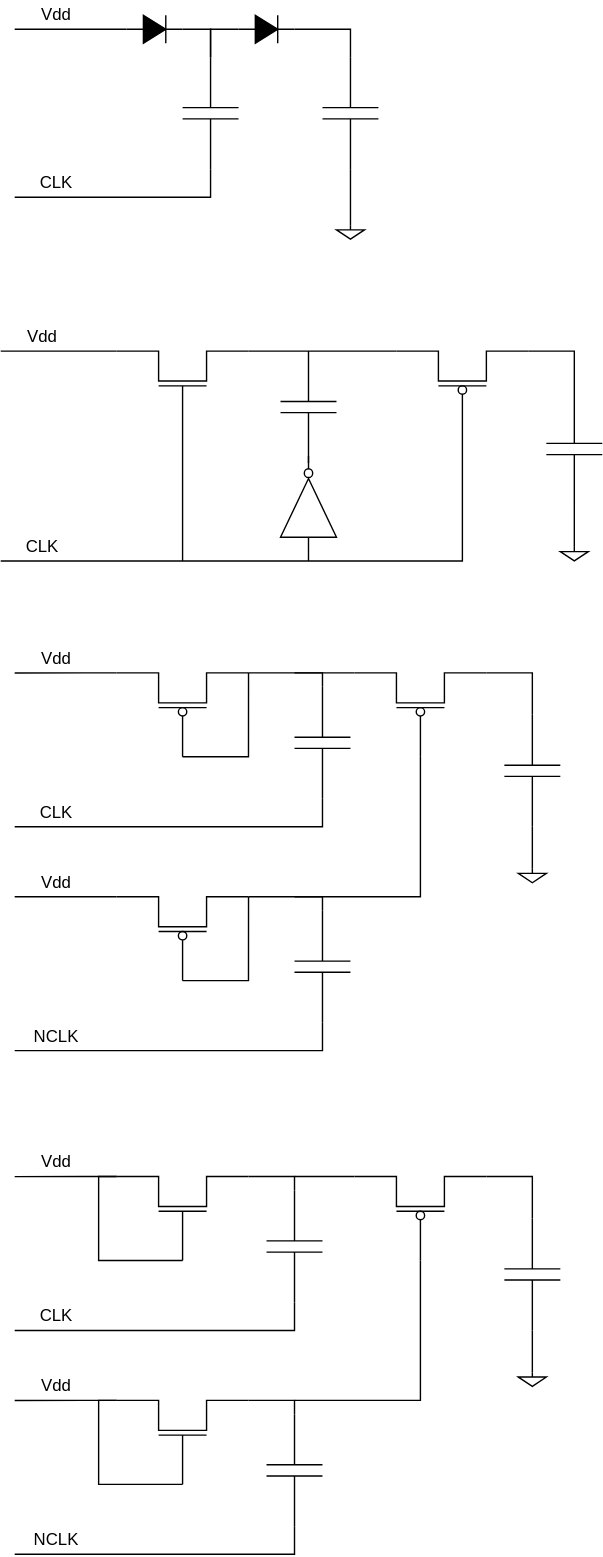
AntonGLi/analog_stuff keeps this draw.io diagram as pump/main.svg. Above is the earlier version. Source tidied: cells renumbered, new cells last; positions are measured from the earlier drawing's top-left corner, leaving out a move shared by most shapes.
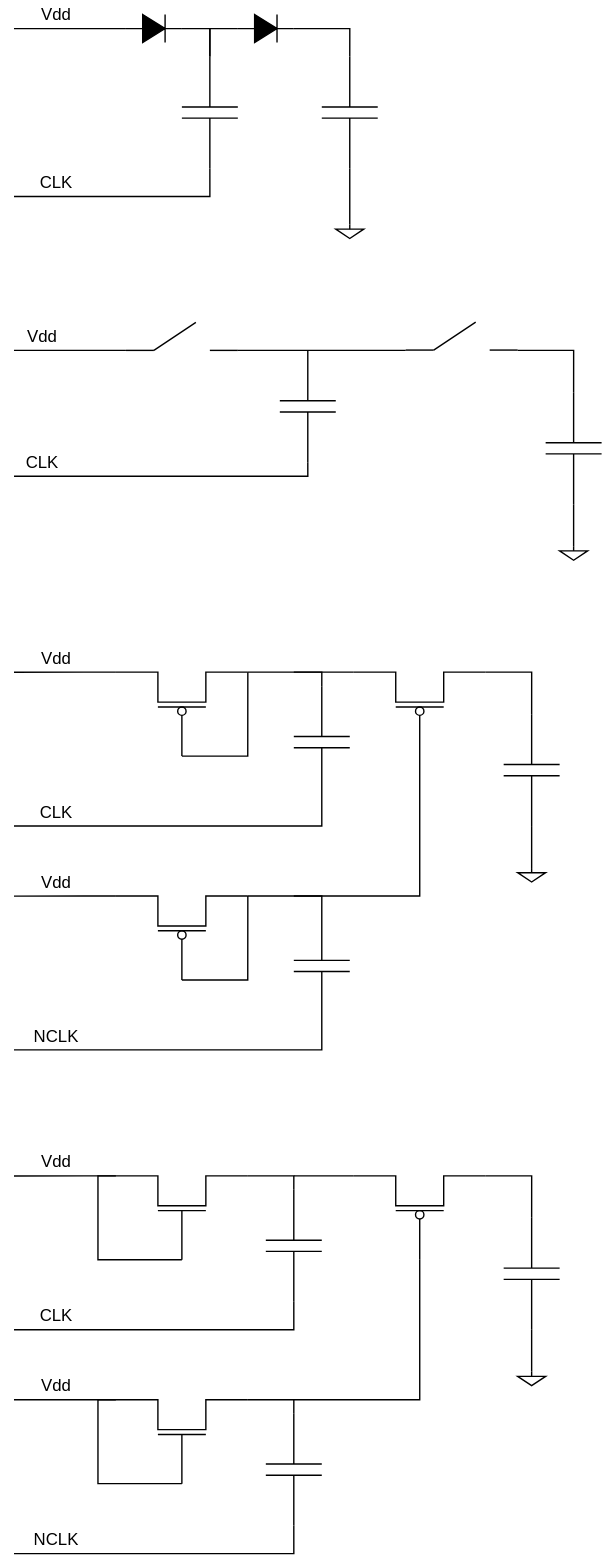
After the commit.

The edit, as a diff of the source:
```diff
@@ -63,7 +63,7 @@
       <mxGeometry relative="1" as="geometry" />
     </mxCell>
     <mxCell id="18" value="CLK" style="text;html=1;align=center;verticalAlign=middle;whiteSpace=wrap;rounded=0;" parent="1" vertex="1">
-      <mxGeometry y="380" width="60" height="20" as="geometry" />
+      <mxGeometry y="320" width="60" height="20" as="geometry" />
     </mxCell>
     <mxCell id="19" value="Vdd" style="text;html=1;align=center;verticalAlign=middle;whiteSpace=wrap;rounded=0;" parent="1" vertex="1">
       <mxGeometry y="230" width="60" height="20" as="geometry" />
@@ -73,63 +73,46 @@
         <mxPoint x="220.2" y="250" as="targetPoint" />
       </mxGeometry>
     </mxCell>
+    <mxCell id="79" style="edgeStyle=orthogonalEdgeStyle;rounded=0;jettySize=auto;html=1;exitX=1;exitY=0.5;exitDx=0;exitDy=0;exitPerimeter=0;endArrow=none;endFill=0;" parent="1" edge="1" source="21">
+      <mxGeometry relative="1" as="geometry">
+        <mxPoint x="10" y="340" as="targetPoint" />
+        <Array as="points">
+          <mxPoint x="220" y="340" />
+          <mxPoint x="10" y="340" />
+        </Array>
+      </mxGeometry>
+    </mxCell>
     <mxCell id="21" style="verticalLabelPosition=bottom;shadow=0;dashed=0;align=center;html=1;verticalAlign=top;shape=mxgraph.electrical.capacitors.capacitor_1;rotation=90;" parent="1" vertex="1">
       <mxGeometry x="180" y="270" width="80" height="40" as="geometry" />
     </mxCell>
-    <mxCell id="22" style="edgeStyle=orthogonalEdgeStyle;rounded=0;jettySize=auto;html=1;exitX=0;exitY=0.5;exitDx=0;exitDy=0;exitPerimeter=0;endArrow=none;endFill=0;" parent="1" edge="1" source="26">
-      <mxGeometry relative="1" as="geometry">
-        <mxPoint y="400" as="targetPoint" />
-        <Array as="points">
-          <mxPoint x="330" y="400" />
-        </Array>
-      </mxGeometry>
-    </mxCell>
-    <mxCell id="23" style="edgeStyle=orthogonalEdgeStyle;rounded=0;orthogonalLoop=1;jettySize=auto;html=1;exitX=1;exitY=0;exitDx=0;exitDy=0;exitPerimeter=0;endArrow=none;endFill=0;" parent="1" edge="1">
+    <mxCell id="23" style="edgeStyle=orthogonalEdgeStyle;rounded=0;orthogonalLoop=1;jettySize=auto;html=1;endArrow=none;endFill=0;" parent="1" edge="1">
       <mxGeometry relative="1" as="geometry">
-        <mxPoint x="82.9" y="250" as="sourcePoint" />
-        <mxPoint y="250" as="targetPoint" />
+        <mxPoint x="90" y="250" as="sourcePoint" />
+        <mxPoint x="10" y="250" as="targetPoint" />
         <Array as="points">
           <mxPoint x="20" y="250" />
           <mxPoint x="20" y="250" />
         </Array>
       </mxGeometry>
     </mxCell>
-    <mxCell id="24" style="edgeStyle=orthogonalEdgeStyle;rounded=0;orthogonalLoop=1;jettySize=auto;html=1;exitX=0;exitY=0.5;exitDx=0;exitDy=0;exitPerimeter=0;endArrow=none;endFill=0;" parent="1" edge="1">
-      <mxGeometry relative="1" as="geometry">
-        <mxPoint x="130" y="310" as="sourcePoint" />
-        <mxPoint x="130" y="400" as="targetPoint" />
-      </mxGeometry>
-    </mxCell>
-    <mxCell id="25" style="edgeStyle=orthogonalEdgeStyle;rounded=0;jettySize=auto;html=1;exitX=1;exitY=1;exitDx=0;exitDy=0;exitPerimeter=0;endArrow=none;endFill=0;entryX=0;entryY=0.5;entryDx=0;entryDy=0;entryPerimeter=0;" parent="1" edge="1" source="26" target="15">
+    <mxCell id="25" style="edgeStyle=orthogonalEdgeStyle;rounded=0;jettySize=auto;html=1;endArrow=none;endFill=0;entryX=0;entryY=0.5;entryDx=0;entryDy=0;entryPerimeter=0;" parent="1" edge="1" target="15">
       <mxGeometry relative="1" as="geometry">
+        <mxPoint x="370" y="250" as="sourcePoint" />
         <Array as="points">
           <mxPoint x="410" y="250" />
         </Array>
       </mxGeometry>
     </mxCell>
-    <mxCell id="26" style="verticalLabelPosition=bottom;shadow=0;dashed=0;align=center;html=1;verticalAlign=top;shape=(stored shape, 420 characters);rotation=-90;fillColor=none;" parent="1" vertex="1">
-      <mxGeometry x="300" y="230" width="60" height="100" as="geometry" />
-    </mxCell>
-    <mxCell id="27" style="edgeStyle=orthogonalEdgeStyle;rounded=0;jettySize=auto;html=1;exitX=1;exitY=1;exitDx=0;exitDy=0;exitPerimeter=0;entryX=1;entryY=0;entryDx=0;entryDy=0;entryPerimeter=0;endArrow=none;endFill=0;" parent="1" edge="1" target="26">
+    <mxCell id="27" style="edgeStyle=orthogonalEdgeStyle;rounded=0;orthogonalLoop=1;jettySize=auto;html=1;endArrow=none;endFill=0;" parent="1" edge="1">
       <mxGeometry relative="1" as="geometry">
-        <mxPoint x="177.1" y="250" as="sourcePoint" />
+        <mxPoint x="170" y="250" as="sourcePoint" />
+        <mxPoint x="290" y="250" as="targetPoint" />
         <Array as="points">
           <mxPoint x="220" y="250" />
           <mxPoint x="220" y="250" />
         </Array>
       </mxGeometry>
     </mxCell>
-    <mxCell id="28" style="verticalLabelPosition=bottom;shadow=0;dashed=0;align=center;html=1;verticalAlign=top;shape=(stored shape, 396 characters);rotation=-90;fillColor=none;" parent="1" vertex="1">
-      <mxGeometry x="100" y="230" width="60" height="100" as="geometry" />
-    </mxCell>
-    <mxCell id="29" style="edgeStyle=orthogonalEdgeStyle;rounded=0;jettySize=auto;html=1;exitX=0;exitY=0.5;exitDx=0;exitDy=0;exitPerimeter=0;endArrow=none;endFill=0;" parent="1" edge="1" source="30">
-      <mxGeometry relative="1" as="geometry">
-        <mxPoint x="220" y="400" as="targetPoint" />
-      </mxGeometry>
-    </mxCell>
-    <mxCell id="30" style="verticalLabelPosition=bottom;shadow=0;dashed=0;align=center;html=1;verticalAlign=top;shape=(stored shape, 392 characters);fillColor=none;rotation=-90;" parent="1" vertex="1">
-      <mxGeometry x="185" y="340" width="70" height="40" as="geometry" />
-    </mxCell>
     <mxCell id="31" style="edgeStyle=orthogonalEdgeStyle;rounded=0;orthogonalLoop=1;jettySize=auto;html=1;exitX=1;exitY=0;exitDx=0;exitDy=0;exitPerimeter=0;endArrow=none;endFill=0;" parent="1" edge="1">
       <mxGeometry relative="1" as="geometry">
         <mxPoint x="82.9" y="480" as="sourcePoint" />
@@ -396,5 +379,44 @@
         </Array>
       </mxGeometry>
     </mxCell>
+    <mxCell id="80" style="endArrow=none;html=1;rounded=0;" parent="1" edge="1">
+      <mxGeometry relative="1" as="geometry">
+        <mxPoint x="290" y="249.8" as="sourcePoint" />
+        <mxPoint x="310" y="249.8" as="targetPoint" />
+      </mxGeometry>
+    </mxCell>
+    <mxCell id="81" style="endArrow=none;html=1;rounded=0;" parent="1" edge="1">
+      <mxGeometry relative="1" as="geometry">
+        <mxPoint x="350" y="249.8" as="sourcePoint" />
+        <mxPoint x="370" y="249.8" as="targetPoint" />
+      </mxGeometry>
+    </mxCell>
+    <mxCell id="82" style="endArrow=none;html=1;rounded=0;" parent="1" edge="1">
+      <mxGeometry relative="1" as="geometry">
+        <mxPoint x="310" y="249.8" as="sourcePoint" />
+        <mxPoint x="340" y="229.8" as="targetPoint" />
+      </mxGeometry>
+    </mxCell>
+    <mxCell id="83" style="group;" parent="1" vertex="1">
+      <mxGeometry x="90" y="230" width="80" height="20" as="geometry" />
+    </mxCell>
+    <mxCell id="84" style="endArrow=none;html=1;rounded=0;" parent="83" edge="1">
+      <mxGeometry relative="1" as="geometry">
+        <mxPoint y="20" as="sourcePoint" />
+        <mxPoint x="20" y="20" as="targetPoint" />
+      </mxGeometry>
+    </mxCell>
+    <mxCell id="85" style="endArrow=none;html=1;rounded=0;" parent="83" edge="1">
+      <mxGeometry relative="1" as="geometry">
+        <mxPoint x="60" y="20" as="sourcePoint" />
+        <mxPoint x="80" y="20" as="targetPoint" />
+      </mxGeometry>
+    </mxCell>
+    <mxCell id="86" style="endArrow=none;html=1;rounded=0;" parent="83" edge="1">
+      <mxGeometry relative="1" as="geometry">
+        <mxPoint x="20" y="20" as="sourcePoint" />
+        <mxPoint x="50" as="targetPoint" />
+      </mxGeometry>
+    </mxCell>
   </root>
 </mxGraphModel>
```
